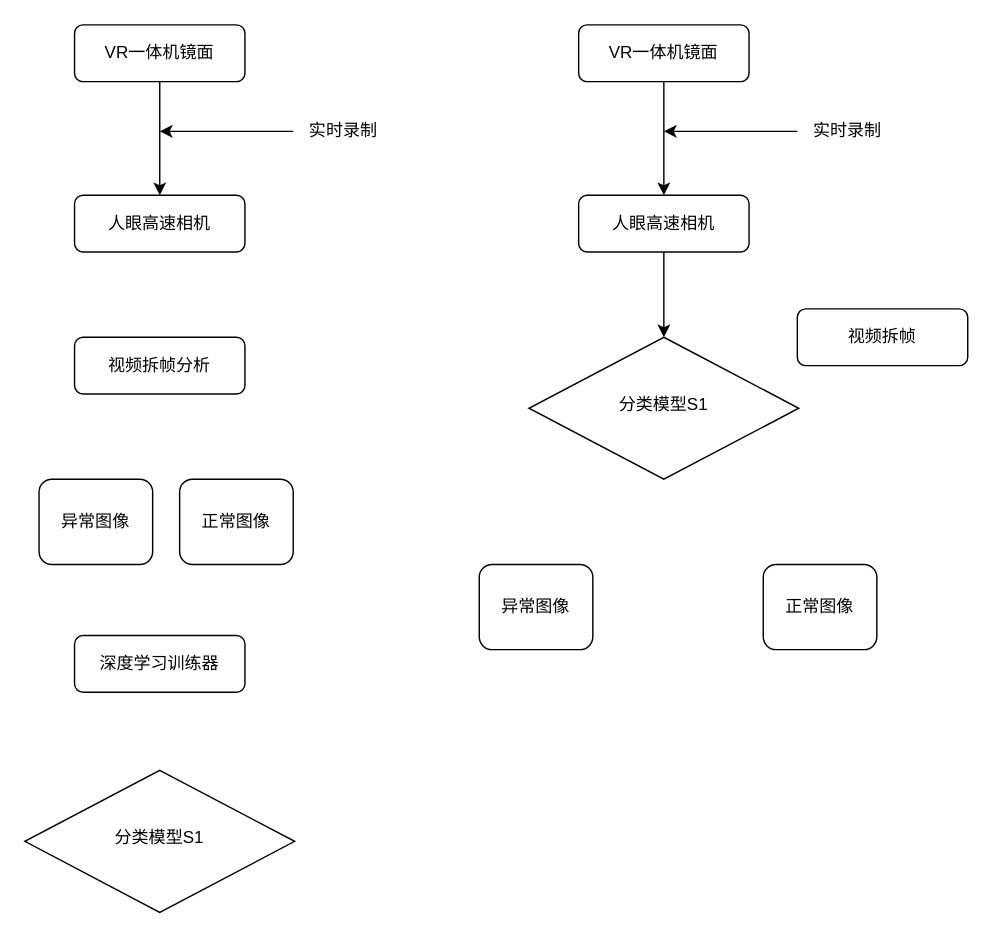
Before: 未命名绘图.drawio in WillingSasi/drawioRes, a draw.io diagram. Source tidied: cells renumbered, new cells numbered last; positions are measured from the earlier drawing's top-left corner, leaving out a move shared by most shapes. Both pictures are drawn from the tidied source at 142%, with x=0, y=0 at pixel (24, 24).
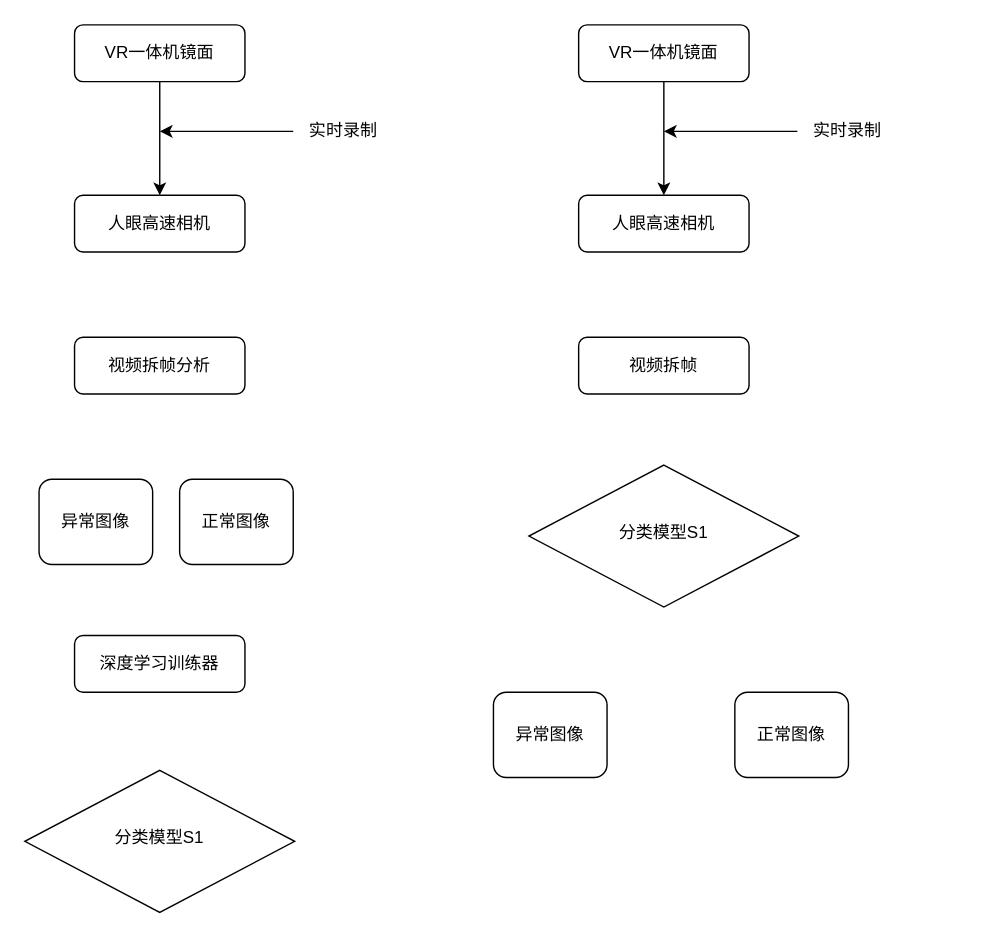
After the change.

Commit message (it also covers changes not shown here):
更新未命名绘图.drawio

The change refers to these unchanged cells:
```xml
<mxCell id="10" value="人眼高速相机" style="rounded=1;whiteSpace=wrap;html=1;fontSize=12;glass=0;strokeWidth=1;shadow=0;" parent="1" vertex="1">
  <mxGeometry x="390" y="120" width="120" height="40" as="geometry" />
</mxCell>
```

The edit, as a diff of the source:
```diff
@@
-    <mxCell id="9" style="edgeStyle=orthogonalEdgeStyle;rounded=0;jettySize=auto;html=1;" parent="1" edge="1" source="10">
-      <mxGeometry relative="1" as="geometry">
-        <mxPoint x="450" y="220" as="targetPoint" />
-      </mxGeometry>
-    </mxCell>
@@
     <mxCell id="15" value="异常图像" style="rounded=1;whiteSpace=wrap;html=1;fontSize=12;glass=0;strokeWidth=1;shadow=0;" parent="1" vertex="1">
-      <mxGeometry x="320" y="380" width="80" height="60" as="geometry" />
+      <mxGeometry x="330" y="470" width="80" height="60" as="geometry" />
     </mxCell>
     <mxCell id="16" value="正常图像" style="rounded=1;whiteSpace=wrap;html=1;fontSize=12;glass=0;strokeWidth=1;shadow=0;" parent="1" vertex="1">
-      <mxGeometry x="520" y="380" width="80" height="60" as="geometry" />
+      <mxGeometry x="500" y="470" width="80" height="60" as="geometry" />
     </mxCell>
@@
     <mxCell id="20" value="分类模型S1" style="rhombus;whiteSpace=wrap;html=1;shadow=0;fontFamily=Helvetica;fontSize=12;align=center;strokeWidth=1;spacing=6;spacingTop=-4;" parent="1" vertex="1">
-      <mxGeometry x="355" y="220" width="190" height="100" as="geometry" />
+      <mxGeometry x="355" y="310" width="190" height="100" as="geometry" />
     </mxCell>
     <mxCell id="21" value="视频拆帧" style="rounded=1;whiteSpace=wrap;html=1;fontSize=12;glass=0;strokeWidth=1;shadow=0;" parent="1" vertex="1">
-      <mxGeometry x="544" y="200" width="120" height="40" as="geometry" />
+      <mxGeometry x="390" y="220" width="120" height="40" as="geometry" />
     </mxCell>
```
